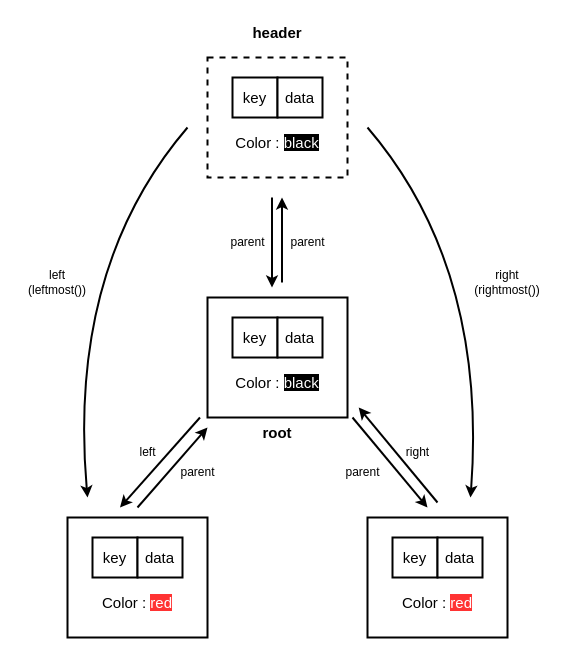
Earlier version of the draw.io diagram page "map" (10 of 13) of ft_containers.drawio (khk811/ft_containers). Source tidied: cells renumbered, new cells numbered last; positions are measured from the earlier drawing's top-left corner, leaving out a move shared by most shapes. Both pictures are drawn from the tidied source at 100%, with x=0, y=0 at pixel (17, 17).
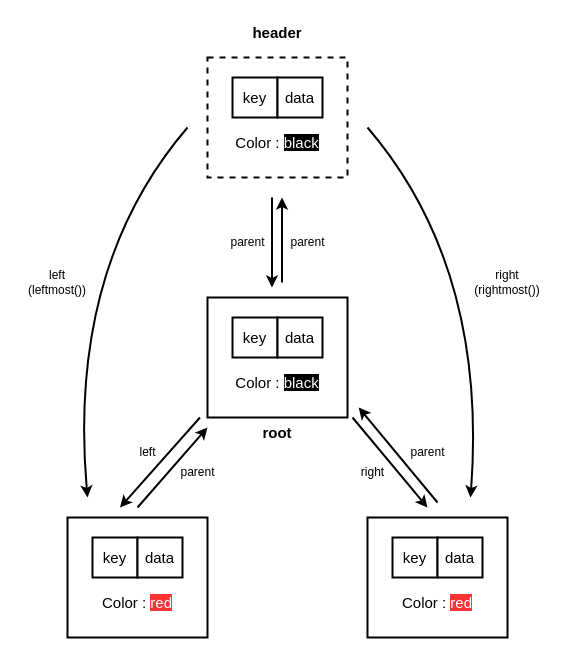
After the change.

Change to the diagram source:
```diff
@@
-    <mxCell id="33" value="parent" style="text;html=1;align=center;verticalAlign=middle;strokeColor=none;fillColor=none;" parent="1" vertex="1">
-      <mxGeometry x="315" y="440" width="60" height="30" as="geometry" />
+    <mxCell id="33" value="right" style="text;html=1;align=center;verticalAlign=middle;strokeColor=none;fillColor=none;" parent="1" vertex="1">
+      <mxGeometry x="330" y="440" width="50" height="30" as="geometry" />
     </mxCell>
@@
-    <mxCell id="35" value="right" style="text;html=1;align=center;verticalAlign=middle;strokeColor=none;fillColor=none;" parent="1" vertex="1">
-      <mxGeometry x="375" y="420" width="50" height="30" as="geometry" />
+    <mxCell id="35" value="parent" style="text;html=1;align=center;verticalAlign=middle;strokeColor=none;fillColor=none;" parent="1" vertex="1">
+      <mxGeometry x="380" y="420" width="60" height="30" as="geometry" />
     </mxCell>
```
